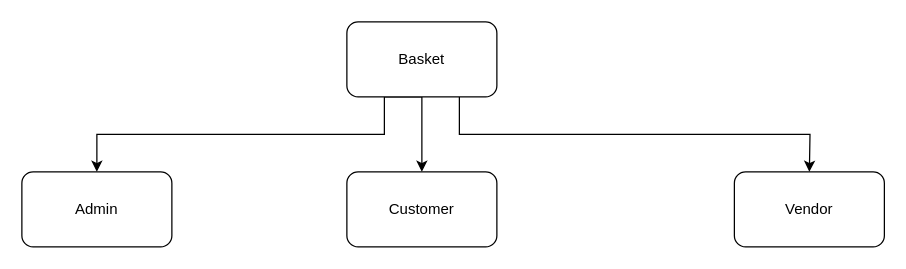
Before: Untitled Diagram.drawio in mohitsth4/test, a draw.io diagram. Source tidied: cells renumbered, new cells numbered last; positions are measured from the earlier drawing's top-left corner, leaving out a move shared by most shapes. Both pictures are drawn from the tidied source at 125%, with x=0, y=0 at pixel (21, 21).
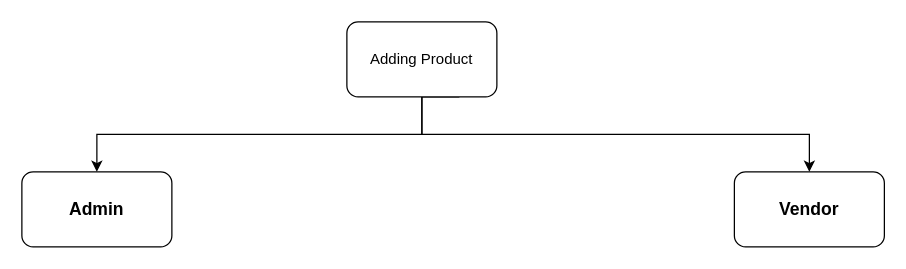
After the change.

The edit, as a diff of the source:
```diff
@@
 <mxGraphModel>
   <root>
     <mxCell id="0" />
     <mxCell id="1" parent="0" />
     <mxCell id="2" style="edgeStyle=orthogonalEdgeStyle;rounded=0;jettySize=auto;html=1;exitX=0.5;exitY=1;exitDx=0;exitDy=0;" parent="1" edge="1" source="5">
       <mxGeometry relative="1" as="geometry">
         <mxPoint x="60" y="120" as="targetPoint" />
         <Array as="points">
-          <mxPoint x="290" y="60" />
-          <mxPoint x="290" y="90" />
+          <mxPoint x="320" y="90" />
           <mxPoint x="60" y="90" />
         </Array>
       </mxGeometry>
     </mxCell>
     <mxCell id="3" style="edgeStyle=orthogonalEdgeStyle;rounded=0;jettySize=auto;html=1;exitX=0.75;exitY=1;exitDx=0;exitDy=0;" parent="1" edge="1" source="5">
       <mxGeometry relative="1" as="geometry">
         <mxPoint x="630" y="120" as="targetPoint" />
+        <Array as="points">
+          <mxPoint x="320" y="60" />
+          <mxPoint x="320" y="90" />
+          <mxPoint x="630" y="90" />
+        </Array>
       </mxGeometry>
     </mxCell>
-    <mxCell id="4" style="edgeStyle=orthogonalEdgeStyle;rounded=0;jettySize=auto;html=1;exitX=0.5;exitY=1;exitDx=0;exitDy=0;" parent="1" edge="1" source="5">
-      <mxGeometry relative="1" as="geometry">
-        <mxPoint x="320" y="120" as="targetPoint" />
-      </mxGeometry>
-    </mxCell>
-    <mxCell id="5" value="Basket" style="rounded=1;whiteSpace=wrap;html=1;" parent="1" vertex="1">
+    <mxCell id="5" value="Adding Product" style="rounded=1;whiteSpace=wrap;html=1;" parent="1" vertex="1">
       <mxGeometry x="260" width="120" height="60" as="geometry" />
     </mxCell>
-    <mxCell id="6" value="Admin" style="rounded=1;whiteSpace=wrap;html=1;" parent="1" vertex="1">
+    <mxCell id="6" value="&lt;h3&gt;Admin&lt;/h3&gt;" style="rounded=1;whiteSpace=wrap;html=1;" parent="1" vertex="1">
       <mxGeometry y="120" width="120" height="60" as="geometry" />
     </mxCell>
-    <mxCell id="7" value="Customer" style="rounded=1;whiteSpace=wrap;html=1;" parent="1" vertex="1">
-      <mxGeometry x="260" y="120" width="120" height="60" as="geometry" />
-    </mxCell>
-    <mxCell id="8" value="Vendor" style="rounded=1;whiteSpace=wrap;html=1;" parent="1" vertex="1">
+    <mxCell id="8" value="&lt;h3&gt;Vendor&lt;/h3&gt;" style="rounded=1;whiteSpace=wrap;html=1;" parent="1" vertex="1">
       <mxGeometry x="570" y="120" width="120" height="60" as="geometry" />
     </mxCell>
   </root>
 </mxGraphModel>
```
